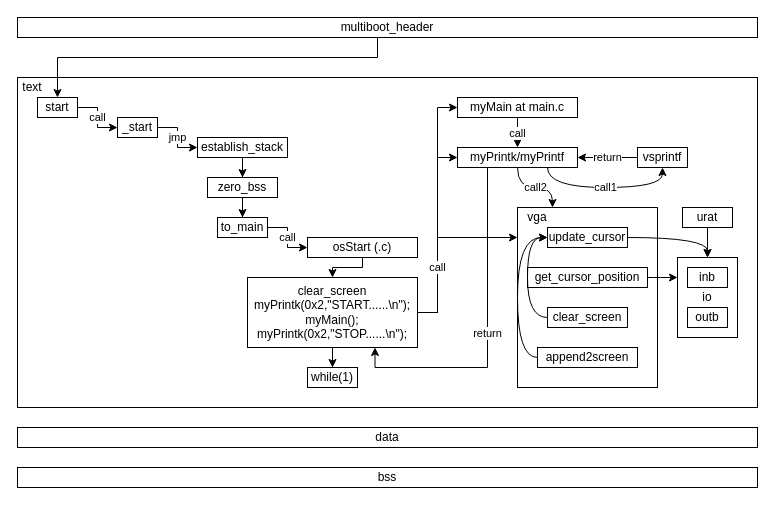
Before: OS Lab2.drawio in caochenrui/Draw.io, a draw.io diagram. Source tidied: cells renumbered, new cells numbered last; positions are measured from the earlier drawing's top-left corner, leaving out a move shared by most shapes. Both pictures are drawn from the tidied source at 100%, with x=0, y=0 at pixel (17, 17).
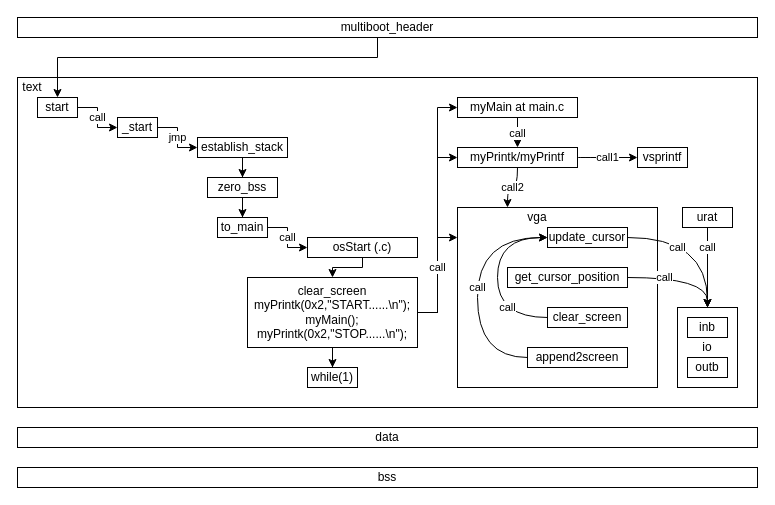
After the change.

The change refers to these unchanged cells:
```xml
<mxCell id="22" value="&lt;div&gt;clear_screen&lt;/div&gt;&lt;div&gt;myPrintk(0x2,&quot;START......\n&quot;);&lt;/div&gt;&lt;div&gt;&lt;span style=&quot;&quot;&gt; &lt;/span&gt;myMain();&lt;/div&gt;&lt;div&gt;&lt;span style=&quot;&quot;&gt; &lt;/span&gt;myPrintk(0x2,&quot;STOP......\n&quot;);&lt;/div&gt;" style="whiteSpace=wrap;html=1;rounded=0;" parent="1" vertex="1">
  <mxGeometry x="230" y="260" width="170" height="70" as="geometry" />
</mxCell>
<mxCell id="28" value="myPrintk/myPrintf" style="rounded=0;whiteSpace=wrap;html=1;" parent="1" vertex="1">
  <mxGeometry x="440" y="130" width="120" height="20" as="geometry" />
</mxCell>
<mxCell id="33" value="vsprintf" style="rounded=0;whiteSpace=wrap;html=1;" parent="1" vertex="1">
  <mxGeometry x="620" y="130" width="50" height="20" as="geometry" />
</mxCell>
<mxCell id="39" value="update_cursor" style="rounded=0;whiteSpace=wrap;html=1;" parent="1" vertex="1">
  <mxGeometry x="530" y="210" width="80" height="20" as="geometry" />
</mxCell>
<mxCell id="45" value="clear_screen" style="rounded=0;whiteSpace=wrap;html=1;" parent="1" vertex="1">
  <mxGeometry x="530" y="290" width="80" height="20" as="geometry" />
</mxCell>
<mxCell id="47" value="urat" style="rounded=0;whiteSpace=wrap;html=1;" parent="1" vertex="1">
  <mxGeometry x="665" y="190" width="50" height="20" as="geometry" />
</mxCell>
```

Change to the diagram source:
```diff
@@
     <mxCell id="3" value="io" style="rounded=0;whiteSpace=wrap;html=1;" parent="1" vertex="1">
-      <mxGeometry x="660" y="240" width="60" height="80" as="geometry" />
+      <mxGeometry x="660" y="290" width="60" height="80" as="geometry" />
     </mxCell>
@@
-    <mxCell id="26" value="call1" style="edgeStyle=orthogonalEdgeStyle;rounded=0;jettySize=auto;html=1;exitX=0.75;exitY=1;exitDx=0;exitDy=0;entryX=0.5;entryY=1;entryDx=0;entryDy=0;curved=1;" parent="1" edge="1" source="28" target="33">
+    <mxCell id="26" value="call1" style="edgeStyle=orthogonalEdgeStyle;rounded=0;jettySize=auto;html=1;curved=1;" parent="1" edge="1" source="28" target="33">
       <mxGeometry relative="1" as="geometry" />
     </mxCell>
@@
     <mxCell id="31" value="outb" style="rounded=0;whiteSpace=wrap;html=1;" parent="1" vertex="1">
-      <mxGeometry x="670" y="290" width="40" height="20" as="geometry" />
+      <mxGeometry x="670" y="340" width="40" height="20" as="geometry" />
     </mxCell>
-    <mxCell id="32" value="return" style="edgeStyle=orthogonalEdgeStyle;rounded=0;jettySize=auto;html=1;exitX=0;exitY=0.5;exitDx=0;exitDy=0;entryX=1;entryY=0.5;entryDx=0;entryDy=0;" parent="1" edge="1" source="33" target="28">
-      <mxGeometry relative="1" as="geometry" />
-    </mxCell>
@@
-    <mxCell id="34" value="return" style="edgeStyle=orthogonalEdgeStyle;rounded=0;jettySize=auto;html=1;exitX=0.25;exitY=1;exitDx=0;exitDy=0;entryX=0.75;entryY=1;entryDx=0;entryDy=0;" parent="1" edge="1" source="28" target="22">
-      <mxGeometry relative="1" as="geometry" />
-    </mxCell>
     <mxCell id="35" style="whiteSpace=wrap;html=1;rounded=0;" parent="1" vertex="1">
-      <mxGeometry x="500" y="190" width="140" height="180" as="geometry" />
+      <mxGeometry x="440" y="190" width="200" height="180" as="geometry" />
     </mxCell>
@@
-    <mxCell id="38" style="edgeStyle=orthogonalEdgeStyle;curved=1;rounded=0;jettySize=auto;html=1;exitX=1;exitY=0.5;exitDx=0;exitDy=0;entryX=0.5;entryY=0;entryDx=0;entryDy=0;" parent="1" edge="1" source="39" target="3">
-      <mxGeometry relative="1" as="geometry" />
+    <mxCell id="38" value="call" style="edgeStyle=orthogonalEdgeStyle;curved=1;rounded=0;jettySize=auto;html=1;exitX=1;exitY=0.5;exitDx=0;exitDy=0;entryX=0.5;entryY=0;entryDx=0;entryDy=0;" parent="1" edge="1" source="39" target="3">
+      <mxGeometry x="-0.33" y="-10" relative="1" as="geometry" />
     </mxCell>
@@
-    <mxCell id="40" style="edgeStyle=orthogonalEdgeStyle;curved=1;rounded=0;jettySize=auto;html=1;exitX=1;exitY=0.5;exitDx=0;exitDy=0;entryX=0;entryY=0.25;entryDx=0;entryDy=0;" parent="1" edge="1" source="41" target="3">
-      <mxGeometry relative="1" as="geometry" />
+    <mxCell id="40" value="call" style="edgeStyle=orthogonalEdgeStyle;rounded=0;jettySize=auto;html=1;exitX=1;exitY=0.5;exitDx=0;exitDy=0;curved=1;" parent="1" edge="1" source="41" target="3">
+      <mxGeometry x="-0.33" relative="1" as="geometry">
+        <Array as="points">
+          <mxPoint x="690" y="260" />
+        </Array>
+      </mxGeometry>
     </mxCell>
     <mxCell id="41" value="get_cursor_position" style="rounded=0;whiteSpace=wrap;html=1;" parent="1" vertex="1">
-      <mxGeometry x="510" y="250" width="120" height="20" as="geometry" />
+      <mxGeometry x="490" y="250" width="120" height="20" as="geometry" />
     </mxCell>
-    <mxCell id="42" style="edgeStyle=orthogonalEdgeStyle;curved=1;rounded=0;jettySize=auto;html=1;exitX=0;exitY=0.5;exitDx=0;exitDy=0;entryX=0;entryY=0.5;entryDx=0;entryDy=0;" parent="1" edge="1" source="43" target="39">
-      <mxGeometry relative="1" as="geometry" />
+    <mxCell id="42" value="call" style="edgeStyle=orthogonalEdgeStyle;curved=1;rounded=0;jettySize=auto;html=1;exitX=0;exitY=0.5;exitDx=0;exitDy=0;entryX=0;entryY=0.5;entryDx=0;entryDy=0;" parent="1" edge="1" source="43" target="39">
+      <mxGeometry relative="1" as="geometry">
+        <Array as="points">
+          <mxPoint x="460" y="340" />
+          <mxPoint x="460" y="220" />
+        </Array>
+      </mxGeometry>
     </mxCell>
     <mxCell id="43" value="append2screen" style="rounded=0;whiteSpace=wrap;html=1;" parent="1" vertex="1">
-      <mxGeometry x="520" y="330" width="100" height="20" as="geometry" />
+      <mxGeometry x="510" y="330" width="100" height="20" as="geometry" />
     </mxCell>
-    <mxCell id="44" style="edgeStyle=orthogonalEdgeStyle;curved=1;rounded=0;jettySize=auto;html=1;exitX=0;exitY=0.5;exitDx=0;exitDy=0;entryX=0;entryY=0.5;entryDx=0;entryDy=0;" parent="1" edge="1" source="45" target="39">
-      <mxGeometry relative="1" as="geometry" />
+    <mxCell id="44" value="call" style="edgeStyle=orthogonalEdgeStyle;curved=1;rounded=0;jettySize=auto;html=1;exitX=0;exitY=0.5;exitDx=0;exitDy=0;entryX=0;entryY=0.5;entryDx=0;entryDy=0;" parent="1" edge="1" source="45" target="39">
+      <mxGeometry x="-0.56" y="-10" relative="1" as="geometry">
+        <Array as="points">
+          <mxPoint x="480" y="300" />
+          <mxPoint x="480" y="220" />
+        </Array>
+      </mxGeometry>
     </mxCell>
@@
-    <mxCell id="46" style="edgeStyle=orthogonalEdgeStyle;rounded=0;jettySize=auto;html=1;exitX=0.5;exitY=1;exitDx=0;exitDy=0;" parent="1" edge="1" source="47" target="3">
-      <mxGeometry relative="1" as="geometry" />
+    <mxCell id="46" value="call" style="edgeStyle=orthogonalEdgeStyle;rounded=0;jettySize=auto;html=1;exitX=0.5;exitY=1;exitDx=0;exitDy=0;" parent="1" edge="1" source="47" target="3">
+      <mxGeometry x="-0.5" relative="1" as="geometry" />
     </mxCell>
@@
     <mxCell id="48" value="inb" style="rounded=0;whiteSpace=wrap;html=1;" parent="1" vertex="1">
-      <mxGeometry x="670" y="250" width="40" height="20" as="geometry" />
+      <mxGeometry x="670" y="300" width="40" height="20" as="geometry" />
     </mxCell>
```
